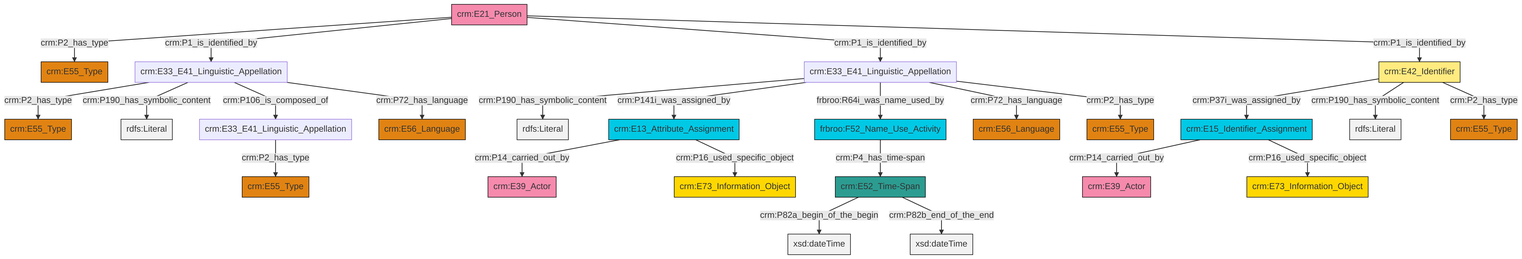
Before: et/personCSV/ttl/mmd/png/Person_Names_and_Classification.png, a diagram exported from Mermaid (swiss-art-research-net/docs.swissartresearch). Its source is kept beside it as et/personCSV/ttl/mmd/Person_Names_and_Classification.ttl.mmd.
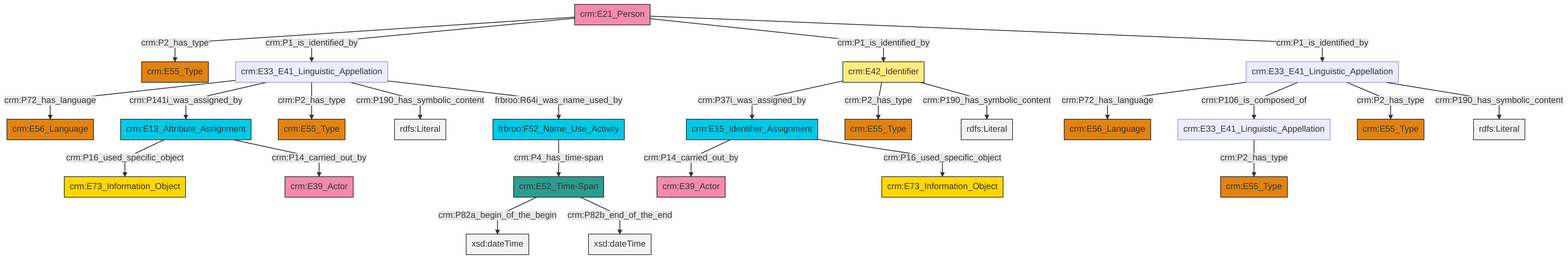
The same diagram one commit later.

Change to the diagram source:
```diff
@@ -13,27 +13,27 @@
 classDef PC_Classes fill:#4ce600, stroke:#000000;
 classDef Multi fill:#cccccc,stroke:#000000;
 
-2["crm:E33_E41_Linguistic_Appellation"]:::Default -->|crm:P190_has_symbolic_content| 3[rdfs:Literal]:::Literal
-2["crm:E33_E41_Linguistic_Appellation"]:::Default -->|crm:P141i_was_assigned_by| 10["crm:E13_Attribute_Assignment"]:::Temporal_Entity
-16["crm:E33_E41_Linguistic_Appellation"]:::Default -->|crm:P2_has_type| 17["crm:E55_Type"]:::Type
-22["crm:E42_Identifier"]:::Appellation -->|crm:P37i_was_assigned_by| 23["crm:E15_Identifier_Assignment"]:::Temporal_Entity
-0["frbroo:F52_Name_Use_Activity"]:::Temporal_Entity -->|crm:P4_has_time-span| 24["crm:E52_Time-Span"]:::Time-Span
-22["crm:E42_Identifier"]:::Appellation -->|crm:P190_has_symbolic_content| 28[rdfs:Literal]:::Literal
-23["crm:E15_Identifier_Assignment"]:::Temporal_Entity -->|crm:P14_carried_out_by| 31["crm:E39_Actor"]:::Actor
-18["crm:E21_Person"]:::Actor -->|crm:P2_has_type| 32["crm:E55_Type"]:::Type
-20["crm:E33_E41_Linguistic_Appellation"]:::Default -->|crm:P2_has_type| 12["crm:E55_Type"]:::Type
-2["crm:E33_E41_Linguistic_Appellation"]:::Default -->|frbroo:R64i_was_name_used_by| 0["frbroo:F52_Name_Use_Activity"]:::Temporal_Entity
-24["crm:E52_Time-Span"]:::Time-Span -->|crm:P82a_begin_of_the_begin| 33[xsd:dateTime]:::Literal
-10["crm:E13_Attribute_Assignment"]:::Temporal_Entity -->|crm:P14_carried_out_by| 4["crm:E39_Actor"]:::Actor
-22["crm:E42_Identifier"]:::Appellation -->|crm:P2_has_type| 29["crm:E55_Type"]:::Type
-20["crm:E33_E41_Linguistic_Appellation"]:::Default -->|crm:P190_has_symbolic_content| 34[rdfs:Literal]:::Literal
-24["crm:E52_Time-Span"]:::Time-Span -->|crm:P82b_end_of_the_end| 36[xsd:dateTime]:::Literal
-20["crm:E33_E41_Linguistic_Appellation"]:::Default -->|crm:P106_is_composed_of| 16["crm:E33_E41_Linguistic_Appellation"]:::Default
-18["crm:E21_Person"]:::Actor -->|crm:P1_is_identified_by| 20["crm:E33_E41_Linguistic_Appellation"]:::Default
-20["crm:E33_E41_Linguistic_Appellation"]:::Default -->|crm:P72_has_language| 25["crm:E56_Language"]:::Type
-2["crm:E33_E41_Linguistic_Appellation"]:::Default -->|crm:P72_has_language| 37["crm:E56_Language"]:::Type
-2["crm:E33_E41_Linguistic_Appellation"]:::Default -->|crm:P2_has_type| 8["crm:E55_Type"]:::Type
-23["crm:E15_Identifier_Assignment"]:::Temporal_Entity -->|crm:P16_used_specific_object| 6["crm:E73_Information_Object"]:::Conceptual_Object
-18["crm:E21_Person"]:::Actor -->|crm:P1_is_identified_by| 2["crm:E33_E41_Linguistic_Appellation"]:::Default
-18["crm:E21_Person"]:::Actor -->|crm:P1_is_identified_by| 22["crm:E42_Identifier"]:::Appellation
-10["crm:E13_Attribute_Assignment"]:::Temporal_Entity -->|crm:P16_used_specific_object| 14["crm:E73_Information_Object"]:::Conceptual_Object
+0["crm:E21_Person"]:::Actor -->|crm:P2_has_type| 1["crm:E55_Type"]:::Type
+0["crm:E21_Person"]:::Actor -->|crm:P1_is_identified_by| 4["crm:E33_E41_Linguistic_Appellation"]:::Default
+4["crm:E33_E41_Linguistic_Appellation"]:::Default -->|crm:P72_has_language| 6["crm:E56_Language"]:::Type
+4["crm:E33_E41_Linguistic_Appellation"]:::Default -->|crm:P141i_was_assigned_by| 2["crm:E13_Attribute_Assignment"]:::Temporal_Entity
+7["crm:E42_Identifier"]:::Appellation -->|crm:P37i_was_assigned_by| 8["crm:E15_Identifier_Assignment"]:::Temporal_Entity
+4["crm:E33_E41_Linguistic_Appellation"]:::Default -->|crm:P2_has_type| 9["crm:E55_Type"]:::Type
+8["crm:E15_Identifier_Assignment"]:::Temporal_Entity -->|crm:P14_carried_out_by| 10["crm:E39_Actor"]:::Actor
+11["crm:E52_Time-Span"]:::Time-Span -->|crm:P82a_begin_of_the_begin| 12[xsd:dateTime]:::Literal
+13["crm:E33_E41_Linguistic_Appellation"]:::Default -->|crm:P72_has_language| 14["crm:E56_Language"]:::Type
+0["crm:E21_Person"]:::Actor -->|crm:P1_is_identified_by| 7["crm:E42_Identifier"]:::Appellation
+7["crm:E42_Identifier"]:::Appellation -->|crm:P2_has_type| 17["crm:E55_Type"]:::Type
+22["frbroo:F52_Name_Use_Activity"]:::Temporal_Entity -->|crm:P4_has_time-span| 11["crm:E52_Time-Span"]:::Time-Span
+0["crm:E21_Person"]:::Actor -->|crm:P1_is_identified_by| 13["crm:E33_E41_Linguistic_Appellation"]:::Default
+2["crm:E13_Attribute_Assignment"]:::Temporal_Entity -->|crm:P16_used_specific_object| 20["crm:E73_Information_Object"]:::Conceptual_Object
+4["crm:E33_E41_Linguistic_Appellation"]:::Default -->|crm:P190_has_symbolic_content| 29[rdfs:Literal]:::Literal
+8["crm:E15_Identifier_Assignment"]:::Temporal_Entity -->|crm:P16_used_specific_object| 25["crm:E73_Information_Object"]:::Conceptual_Object
+7["crm:E42_Identifier"]:::Appellation -->|crm:P190_has_symbolic_content| 30[rdfs:Literal]:::Literal
+4["crm:E33_E41_Linguistic_Appellation"]:::Default -->|frbroo:R64i_was_name_used_by| 22["frbroo:F52_Name_Use_Activity"]:::Temporal_Entity
+32["crm:E33_E41_Linguistic_Appellation"]:::Default -->|crm:P2_has_type| 33["crm:E55_Type"]:::Type
+2["crm:E13_Attribute_Assignment"]:::Temporal_Entity -->|crm:P14_carried_out_by| 36["crm:E39_Actor"]:::Actor
+13["crm:E33_E41_Linguistic_Appellation"]:::Default -->|crm:P106_is_composed_of| 32["crm:E33_E41_Linguistic_Appellation"]:::Default
+13["crm:E33_E41_Linguistic_Appellation"]:::Default -->|crm:P2_has_type| 27["crm:E55_Type"]:::Type
+13["crm:E33_E41_Linguistic_Appellation"]:::Default -->|crm:P190_has_symbolic_content| 43[rdfs:Literal]:::Literal
+11["crm:E52_Time-Span"]:::Time-Span -->|crm:P82b_end_of_the_end| 46[xsd:dateTime]:::Literal
```
